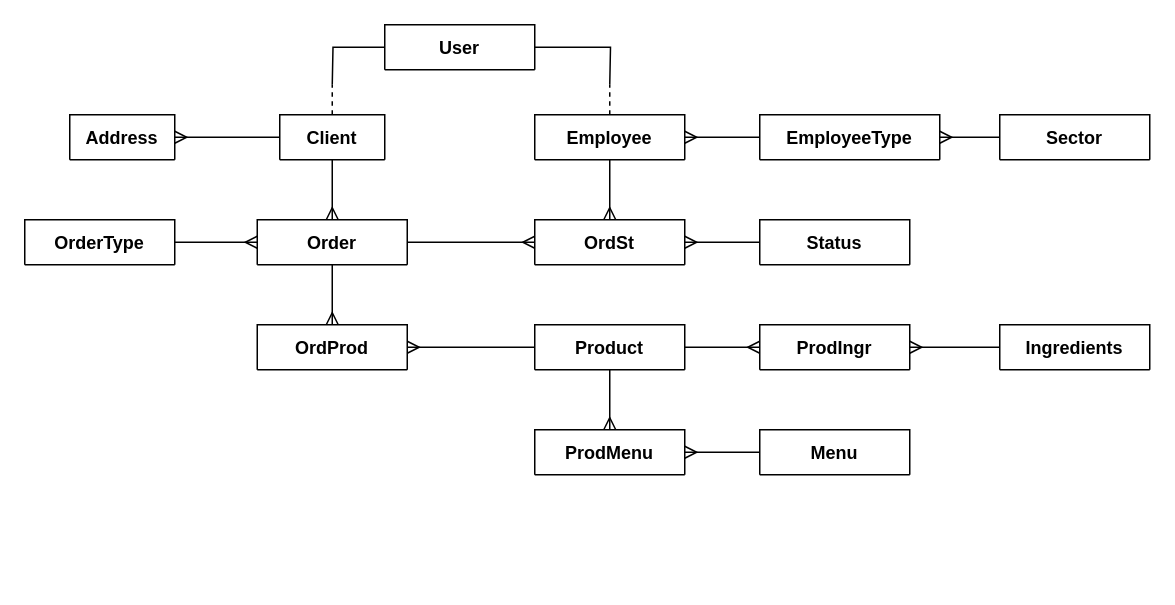
Earlier version of the draw.io diagram Diagrama sem nome.drawio (Joaquim-Claudio/MyPastry_PROJETO-MOBILE-2023-2024). Source tidied: cells renumbered, new cells numbered last; positions are measured from the earlier drawing's top-left corner, leaving out a move shared by most shapes. Both pictures are drawn from the tidied source at 150%, with x=0, y=0 at pixel (24, 24).
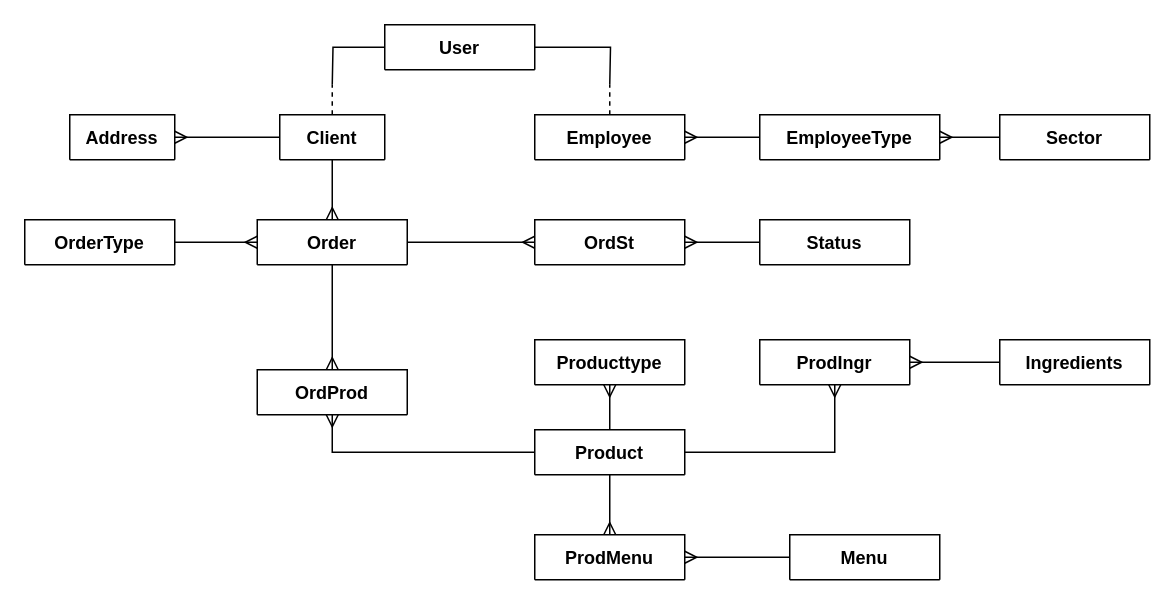
The same diagram, later.

The change refers to these unchanged cells:
```xml
<mxCell id="5" value="Employee" style="shape=table;startSize=30;childLayout=tableLayout;rowLines=0;fontStyle=1;align=center;" parent="1" vertex="1" collapsed="1">
  <mxGeometry x="340" y="60" width="100" height="30" as="geometry" />
</mxCell>
<mxCell id="28" value="OrdSt" style="shape=table;startSize=30;childLayout=tableLayout;rowLines=0;fontStyle=1;align=center;" parent="1" vertex="1" collapsed="1">
  <mxGeometry x="340" y="130" width="100" height="30" as="geometry" />
</mxCell>
```

Diff of the diagram source:
```diff
@@
-    <mxCell id="4" style="edgeStyle=orthogonalEdgeStyle;rounded=0;jettySize=auto;html=1;exitX=0.5;exitY=1;exitDx=0;exitDy=0;entryX=0.5;entryY=0;entryDx=0;entryDy=0;endArrow=ERmany;endFill=0;" parent="1" edge="1" source="5" target="28">
-      <mxGeometry relative="1" as="geometry" />
-    </mxCell>
@@
     <mxCell id="21" value="OrdProd" style="shape=table;startSize=30;childLayout=tableLayout;rowLines=0;fontStyle=1;align=center;" parent="1" vertex="1" collapsed="1">
-      <mxGeometry x="155" y="200" width="100" height="30" as="geometry" />
+      <mxGeometry x="155" y="230" width="100" height="30" as="geometry" />
     </mxCell>
@@
+    <mxCell id="36" style="edgeStyle=orthogonalEdgeStyle;rounded=0;jettySize=auto;html=1;endArrow=ERmany;endFill=0;" parent="1" edge="1" source="25" target="37">
+      <mxGeometry relative="1" as="geometry" />
+    </mxCell>
     <mxCell id="25" value="Product" style="shape=table;startSize=30;childLayout=tableLayout;rowLines=0;fontStyle=1;align=center;" parent="1" vertex="1" collapsed="1">
-      <mxGeometry x="340" y="200" width="100" height="30" as="geometry" />
+      <mxGeometry x="340" y="270" width="100" height="30" as="geometry" />
     </mxCell>
@@
     <mxCell id="30" value="Menu" style="shape=table;startSize=30;childLayout=tableLayout;rowLines=0;fontStyle=1;align=center;" parent="1" vertex="1" collapsed="1">
-      <mxGeometry x="490" y="270" width="100" height="30" as="geometry" />
+      <mxGeometry x="510" y="340" width="100" height="30" as="geometry" />
     </mxCell>
     <mxCell id="31" value="ProdMenu" style="shape=table;startSize=30;childLayout=tableLayout;rowLines=0;fontStyle=1;align=center;" parent="1" vertex="1" collapsed="1">
-      <mxGeometry x="340" y="270" width="100" height="30" as="geometry" />
+      <mxGeometry x="340" y="340" width="100" height="30" as="geometry" />
     </mxCell>
     <mxCell id="32" value="ProdIngr" style="shape=table;startSize=30;childLayout=tableLayout;rowLines=0;fontStyle=1;align=center;" parent="1" vertex="1" collapsed="1">
-      <mxGeometry x="490" y="200" width="100" height="30" as="geometry" />
+      <mxGeometry x="490" y="210" width="100" height="30" as="geometry" />
     </mxCell>
@@
     <mxCell id="34" value="Ingredients" style="shape=table;startSize=30;childLayout=tableLayout;rowLines=0;fontStyle=1;align=center;" parent="1" vertex="1" collapsed="1">
-      <mxGeometry x="650" y="200" width="100" height="30" as="geometry" />
+      <mxGeometry x="650" y="210" width="100" height="30" as="geometry" />
     </mxCell>
@@
+    <mxCell id="37" value="Producttype" style="shape=table;startSize=30;childLayout=tableLayout;rowLines=0;fontStyle=1;align=center;" parent="1" vertex="1" collapsed="1">
+      <mxGeometry x="340" y="210" width="100" height="30" as="geometry" />
+    </mxCell>
```
